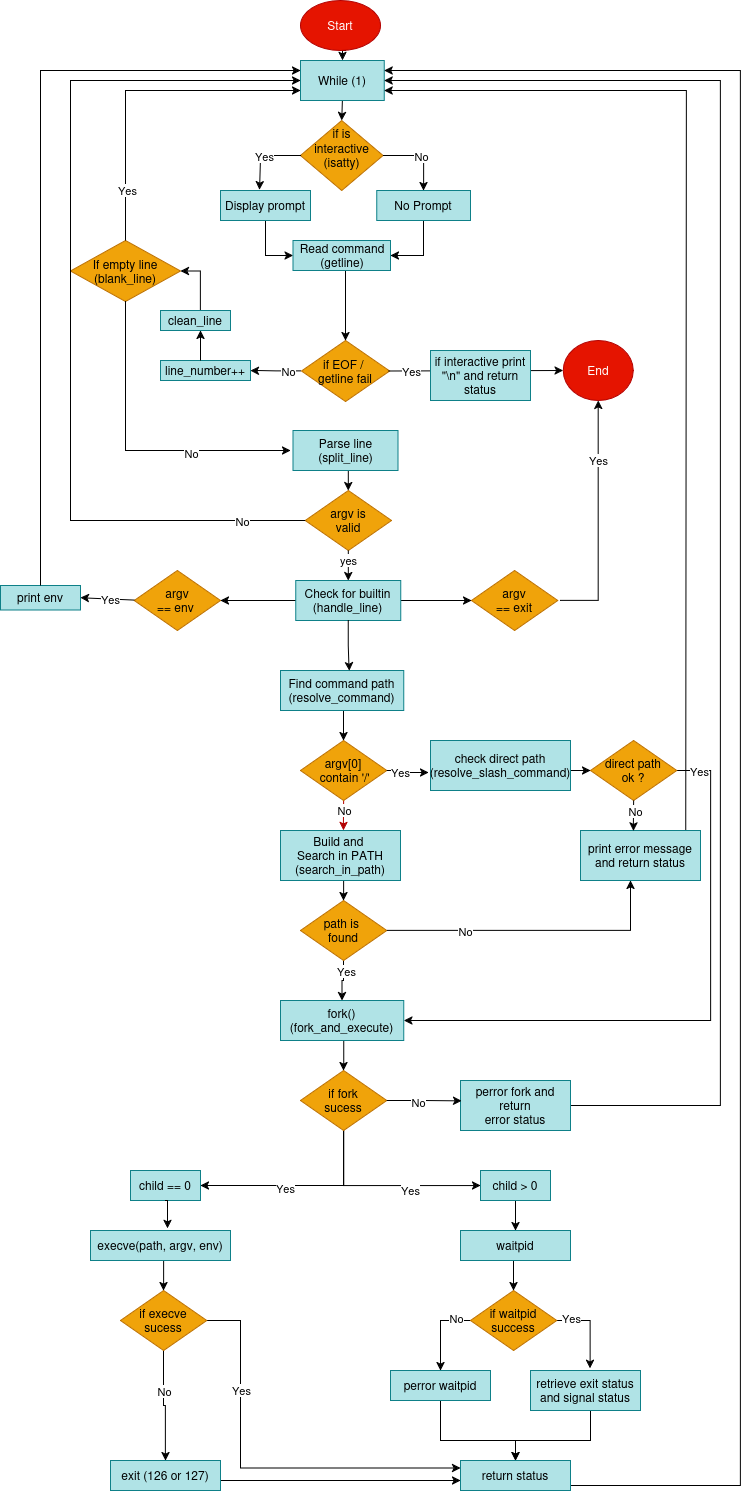
Above: img/simple_shell_flowchart.png in Alreix/holbertonschool-simple_shell (draw.io), before the change. Source tidied: cells renumbered, new cells last; positions are measured from the earlier drawing's top-left corner, leaving out a move shared by most shapes.
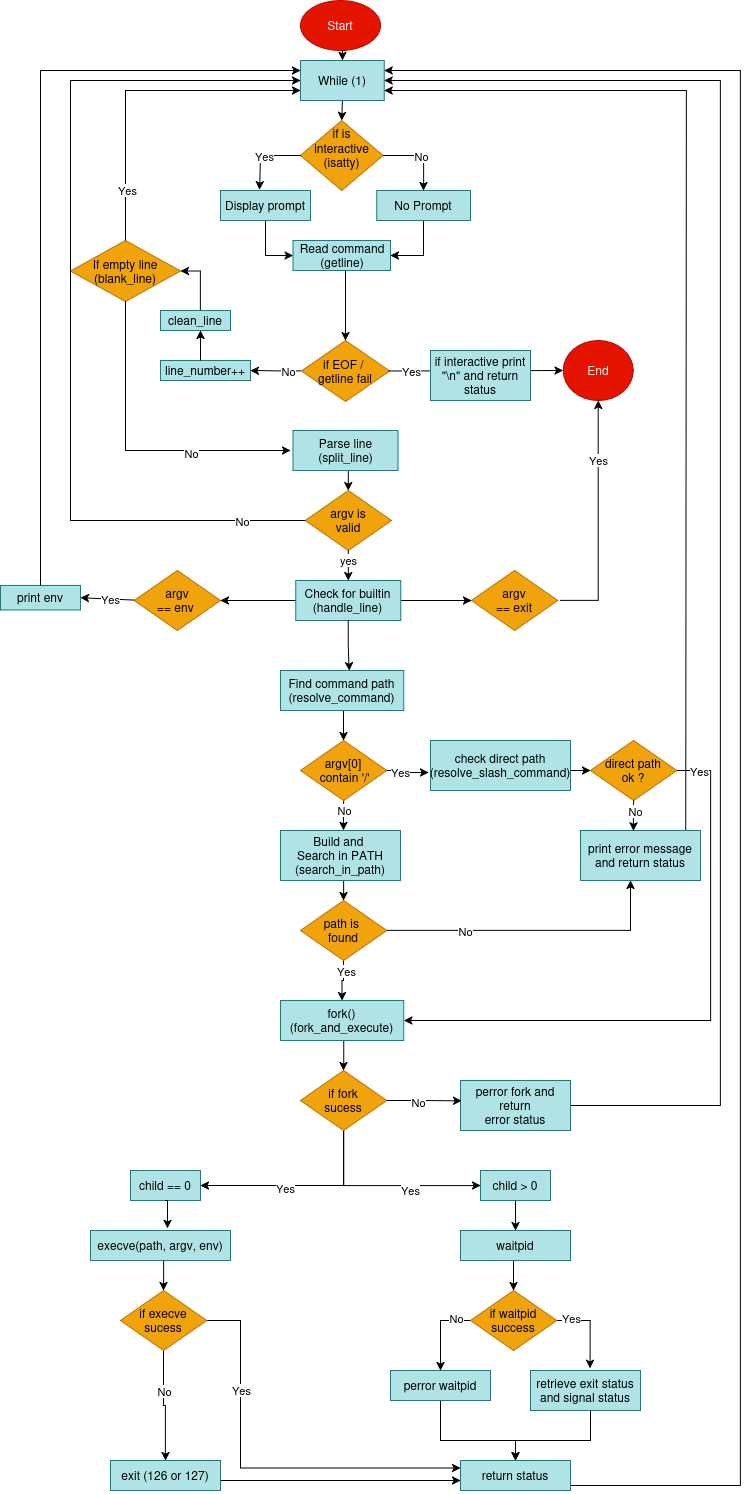
The same file after the commit.

Commit message:
fix(flowchart): wrong color of one arrow in the flowchart

The edit, as a diff of the source:
```diff
@@ -205,7 +205,7 @@
         <mxPoint x="3" as="offset" />
       </mxGeometry>
     </mxCell>
-    <mxCell id="45" style="edgeStyle=orthogonalEdgeStyle;rounded=0;jettySize=auto;html=1;exitX=0.5;exitY=1;exitDx=0;exitDy=0;elbow=vertical;fillColor=#e51400;strokeColor=light-dark(#B20000,#FFFFFF);" parent="1" edge="1" source="47">
+    <mxCell id="45" style="edgeStyle=orthogonalEdgeStyle;rounded=0;jettySize=auto;html=1;exitX=0.5;exitY=1;exitDx=0;exitDy=0;elbow=vertical;fillColor=#e51400;strokeColor=light-dark(#000000,#FFFFFF);" parent="1" edge="1" source="47">
       <mxGeometry relative="1" as="geometry">
         <mxPoint x="342.8" y="830" as="targetPoint" />
       </mxGeometry>
```
